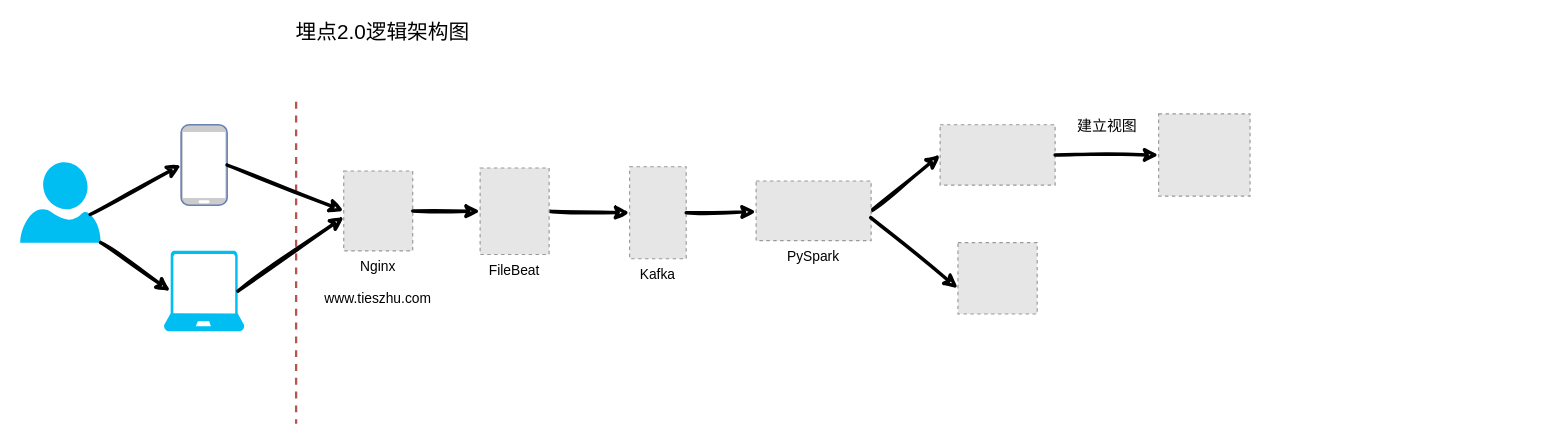
The draw.io diagram 埋点2.0逻辑架构图.drawio in chuangehh/architecture_diagram, before the edit. Source tidied: cells renumbered, new cells numbered last; positions are measured from the earlier drawing's top-left corner, leaving out a move shared by most shapes. Both pictures are drawn from the tidied source at 115%, with x=0, y=0 at pixel (20, 21). Pictures stored in the file or linked from it are replaced by grey dashed boxes.
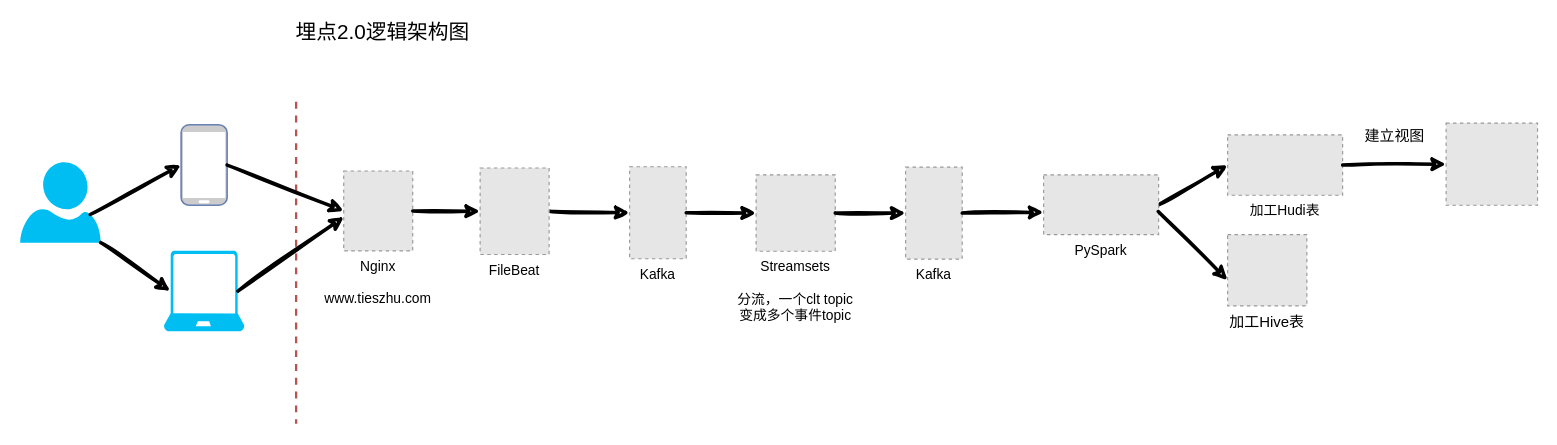
The same page after the edit.

Commit message:
更新埋点2.0逻辑架构图.drawio

The change refers to these unchanged cells:
```xml
<mxCell id="2" value="Kafka" style="fillColor=#E6E6E6;strokeColor=#999999;dashed=1;verticalLabelPosition=bottom;verticalAlign=top;fontSize=12;" parent="1" vertex="1">
  <mxGeometry x="530" y="126.5" width="49.2" height="80" as="geometry" />
</mxCell>
```

Change to the diagram source:
```diff
@@
-    <mxCell id="3" style="endArrow=classic;html=1;rounded=0;fontSize=16;strokeColor=#000000;strokeWidth=3;exitX=1;exitY=0.5;exitDx=0;exitDy=0;sketch=1;" parent="1" edge="1" source="2" target="21">
-      <mxGeometry relative="1" as="geometry" />
-    </mxCell>
@@
-    <mxCell id="5" style="fillColor=#E6E6E6;strokeColor=#999999;dashed=1;verticalLabelPosition=bottom;verticalAlign=top;fontSize=12;" parent="1" vertex="1">
-      <mxGeometry x="800" y="90" width="100" height="52.5" as="geometry" />
+    <mxCell id="5" value="加工Hudi表" style="fillColor=#E6E6E6;strokeColor=#999999;dashed=1;verticalLabelPosition=bottom;verticalAlign=top;fontSize=12;" parent="1" vertex="1">
+      <mxGeometry x="1050" y="98.8" width="100" height="52.5" as="geometry" />
     </mxCell>
@@
     <mxCell id="8" style="fillColor=#E6E6E6;strokeColor=#999999;dashed=1;verticalLabelPosition=bottom;verticalAlign=top;fontSize=13;" parent="1" vertex="1">
-      <mxGeometry x="990" y="80.5" width="79.5" height="71.5" as="geometry" />
+      <mxGeometry x="1240" y="88.5" width="79.5" height="71.5" as="geometry" />
     </mxCell>
     <mxCell id="9" value="建立视图" style="text;html=1;align=center;verticalAlign=middle;strokeColor=none;fillColor=none;fontSize=13;" parent="1" vertex="1">
-      <mxGeometry x="910" y="80.5" width="70" height="20" as="geometry" />
+      <mxGeometry x="1160" y="90" width="70" height="20" as="geometry" />
     </mxCell>
@@
     <mxCell id="21" value="PySpark" style="fillColor=#E6E6E6;strokeColor=#999999;dashed=1;verticalLabelPosition=bottom;verticalAlign=top;" parent="1" vertex="1">
-      <mxGeometry x="640" y="138.9" width="100" height="51.9" as="geometry" />
+      <mxGeometry x="890" y="133.6" width="100" height="51.9" as="geometry" />
     </mxCell>
-    <mxCell id="22" style="fillColor=#E6E6E6;strokeColor=#999999;dashed=1;verticalLabelPosition=bottom;verticalAlign=top;fontSize=13;" parent="1" vertex="1">
-      <mxGeometry x="815.5" y="192.5" width="68.9" height="62" as="geometry" />
+    <mxCell id="22" value="加工Hive表" style="fillColor=#E6E6E6;strokeColor=#999999;dashed=1;verticalLabelPosition=bottom;verticalAlign=top;fontSize=13;" parent="1" vertex="1">
+      <mxGeometry x="1050" y="185.5" width="68.9" height="62" as="geometry" />
     </mxCell>
@@
+    <mxCell id="26" value="Streamsets&#10;&#10;分流，一个clt topic&#10;变成多个事件topic" style="fillColor=#E6E6E6;strokeColor=#999999;dashed=1;verticalLabelPosition=bottom;labelBackgroundColor=default;verticalAlign=top;" parent="1" vertex="1">
+      <mxGeometry x="640" y="133.6" width="68.8" height="66.4" as="geometry" />
+    </mxCell>
+    <mxCell id="27" style="endArrow=classic;html=1;rounded=0;fontSize=16;strokeColor=#000000;strokeWidth=3;sketch=1;exitX=1;exitY=0.5;exitDx=0;exitDy=0;entryX=0;entryY=0.5;entryDx=0;entryDy=0;" parent="1" edge="1" source="2" target="26">
+      <mxGeometry relative="1" as="geometry" />
+    </mxCell>
+    <mxCell id="28" value="Kafka" style="fillColor=#E6E6E6;strokeColor=#999999;dashed=1;verticalLabelPosition=bottom;verticalAlign=top;fontSize=12;" parent="1" vertex="1">
+      <mxGeometry x="770" y="126.8" width="49.2" height="80" as="geometry" />
+    </mxCell>
+    <mxCell id="29" style="endArrow=classic;html=1;rounded=0;fontSize=16;strokeColor=#000000;strokeWidth=3;sketch=1;exitX=1;exitY=0.5;exitDx=0;exitDy=0;entryX=0;entryY=0.5;entryDx=0;entryDy=0;" parent="1" edge="1" source="26" target="28">
+      <mxGeometry relative="1" as="geometry" />
+    </mxCell>
+    <mxCell id="30" style="endArrow=classic;html=1;rounded=0;fontSize=16;strokeColor=#000000;strokeWidth=3;sketch=1;exitX=1;exitY=0.5;exitDx=0;exitDy=0;entryX=0;entryY=0.627;entryDx=0;entryDy=0;entryPerimeter=0;" parent="1" edge="1" source="28" target="21">
+      <mxGeometry relative="1" as="geometry" />
+    </mxCell>
```
